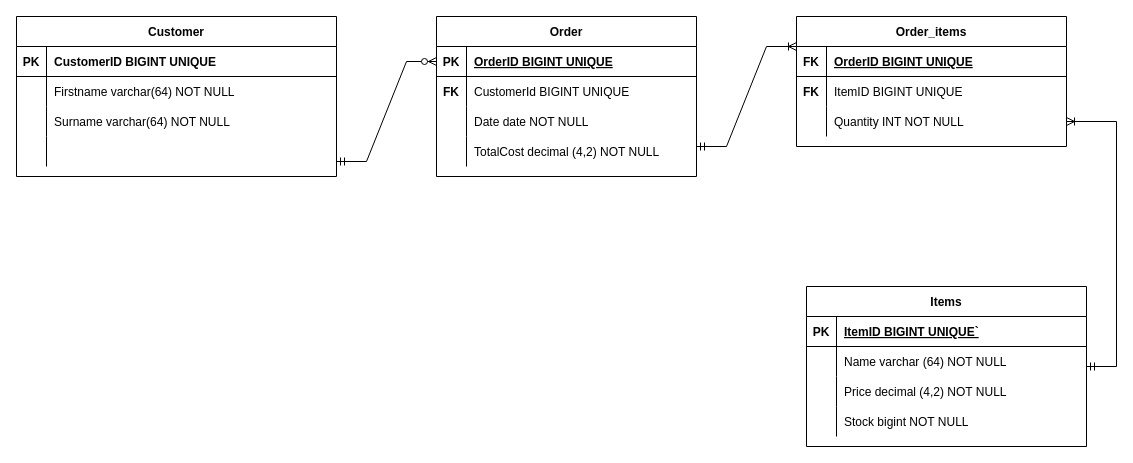
salim1704/ims keeps this draw.io diagram as Documents/ERD.drawio. Above is the earlier version. Source tidied: cells renumbered, new cells numbered last; positions are measured from the earlier drawing's top-left corner, leaving out a move shared by most shapes. Both pictures are drawn from the tidied source at 100%, with x=0, y=0 at pixel (16, 16).
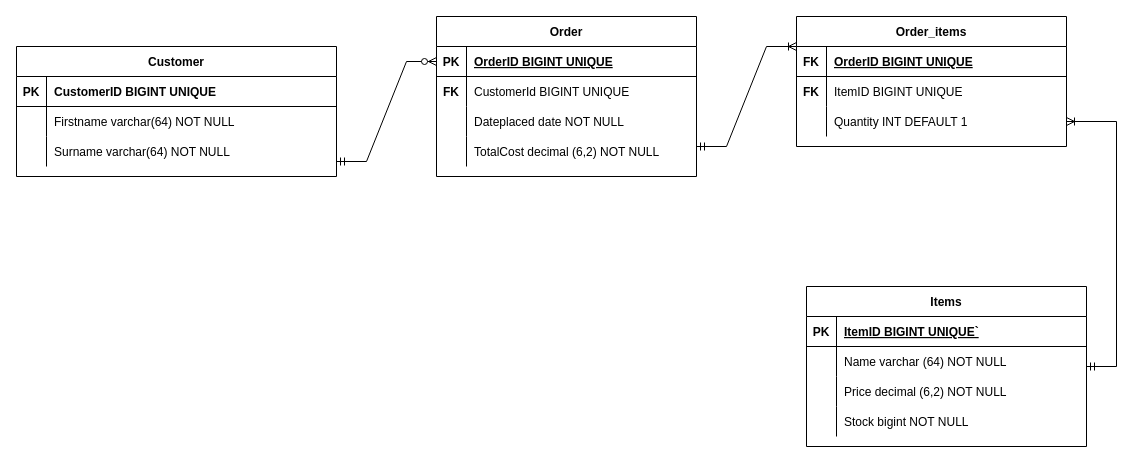
After the change.

Commit message (it also covers changes not shown here):
IMS-18 IMS-31 IMS-32 IMS-33 IMS-35 IMS-36 IMS-37 IMS-38  #updated erd, order classes updated not complete, created sql schema tables

The change refers to these unchanged cells:
```xml
<mxCell id="9" style="shape=tableRow;horizontal=0;startSize=0;swimlaneHead=0;swimlaneBody=0;fillColor=none;points=[[0,0.5],[1,0.5]];portConstraint=eastwest;top=0;left=0;right=0;bottom=0;" parent="2" vertex="1">
  <mxGeometry y="90" width="270" height="30" as="geometry" />
</mxCell>
<mxCell id="19" style="shape=tableRow;horizontal=0;startSize=0;swimlaneHead=0;swimlaneBody=0;fillColor=none;top=0;left=0;right=0;bottom=0;" parent="12" vertex="1">
  <mxGeometry y="90" width="280" height="30" as="geometry" />
</mxCell>
<mxCell id="32" style="shape=tableRow;horizontal=0;startSize=0;swimlaneHead=0;swimlaneBody=0;fillColor=none;top=0;left=0;right=0;bottom=0;" parent="25" vertex="1">
  <mxGeometry y="90" width="260" height="30" as="geometry" />
</mxCell>
<mxCell id="35" style="shape=tableRow;horizontal=0;startSize=0;swimlaneHead=0;swimlaneBody=0;fillColor=none;top=0;left=0;right=0;bottom=0;" parent="25" vertex="1">
  <mxGeometry y="120" width="260" height="30" as="geometry" />
</mxCell>
```

What changed in the source:
```diff
@@
-    <mxCell id="11" value="Quantity INT NOT NULL" style="shape=partialRectangle;fillColor=none;top=0;left=0;bottom=0;right=0;align=left;spacingLeft=6;overflow=hidden;" parent="9" vertex="1">
+    <mxCell id="11" value="Quantity INT DEFAULT 1" style="shape=partialRectangle;fillColor=none;top=0;left=0;bottom=0;right=0;align=left;spacingLeft=6;overflow=hidden;" parent="9" vertex="1">
       <mxGeometry x="30" width="240" height="30" as="geometry" />
     </mxCell>
@@
-    <mxCell id="21" value="Price decimal (4,2) NOT NULL" style="shape=partialRectangle;fillColor=none;top=0;left=0;bottom=0;right=0;align=left;spacingLeft=6;overflow=hidden;" parent="19" vertex="1">
+    <mxCell id="21" value="Price decimal (6,2) NOT NULL" style="shape=partialRectangle;fillColor=none;top=0;left=0;bottom=0;right=0;align=left;spacingLeft=6;overflow=hidden;" parent="19" vertex="1">
       <mxGeometry x="30" width="250" height="30" as="geometry" />
     </mxCell>
@@
-    <mxCell id="34" value="Date date NOT NULL" style="shape=partialRectangle;fillColor=none;top=0;left=0;bottom=0;right=0;align=left;spacingLeft=6;overflow=hidden;" parent="32" vertex="1">
+    <mxCell id="34" value="Dateplaced date NOT NULL" style="shape=partialRectangle;fillColor=none;top=0;left=0;bottom=0;right=0;align=left;spacingLeft=6;overflow=hidden;" parent="32" vertex="1">
       <mxGeometry x="30" width="230" height="30" as="geometry" />
     </mxCell>
@@
-    <mxCell id="37" value="TotalCost decimal (4,2) NOT NULL" style="shape=partialRectangle;fillColor=none;top=0;left=0;bottom=0;right=0;align=left;spacingLeft=6;overflow=hidden;" parent="35" vertex="1">
+    <mxCell id="37" value="TotalCost decimal (6,2) NOT NULL" style="shape=partialRectangle;fillColor=none;top=0;left=0;bottom=0;right=0;align=left;spacingLeft=6;overflow=hidden;" parent="35" vertex="1">
       <mxGeometry x="30" width="230" height="30" as="geometry" />
     </mxCell>
     <mxCell id="38" value="Customer" style="shape=table;startSize=30;childLayout=tableLayout;rowLines=0;fontStyle=1;align=center;" parent="1" vertex="1">
-      <mxGeometry width="320" height="160" as="geometry" />
+      <mxGeometry y="30" width="320" height="130" as="geometry" />
     </mxCell>
@@
-    <mxCell id="48" style="shape=tableRow;horizontal=0;startSize=0;swimlaneHead=0;swimlaneBody=0;fillColor=none;top=0;left=0;right=0;bottom=0;" parent="38" vertex="1">
-      <mxGeometry y="120" width="320" height="30" as="geometry" />
-    </mxCell>
-    <mxCell id="49" style="shape=partialRectangle;fillColor=none;top=0;left=0;bottom=0;right=0;overflow=hidden;" parent="48" vertex="1">
-      <mxGeometry width="30" height="30" as="geometry" />
-    </mxCell>
-    <mxCell id="50" style="shape=partialRectangle;fillColor=none;top=0;left=0;bottom=0;right=0;align=left;spacingLeft=6;overflow=hidden;" parent="48" vertex="1">
-      <mxGeometry x="30" width="290" height="30" as="geometry" />
-    </mxCell>
```
